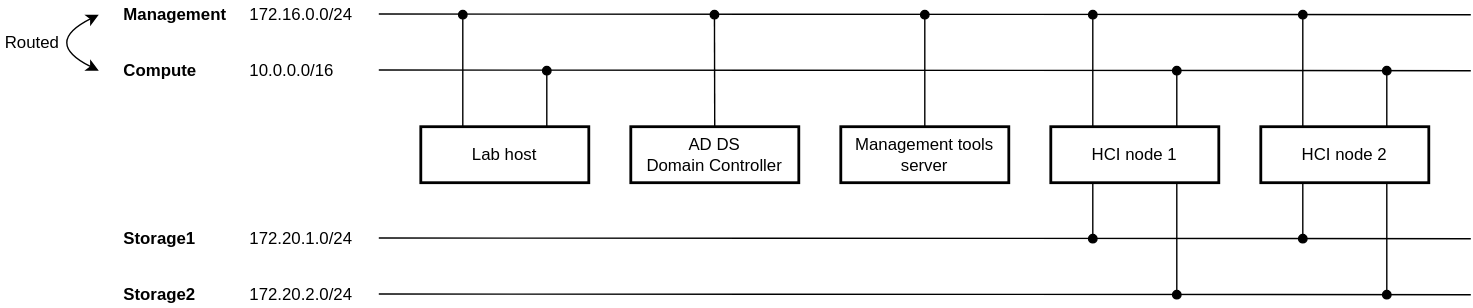
tksh164/hci-lab keeps this draw.io diagram as docs/media/hci-lab-networking-logical-simplified.svg. Above is the earlier version. Source tidied: cells renumbered, new cells last; positions are measured from the earlier drawing's top-left corner, leaving out a move shared by most shapes.
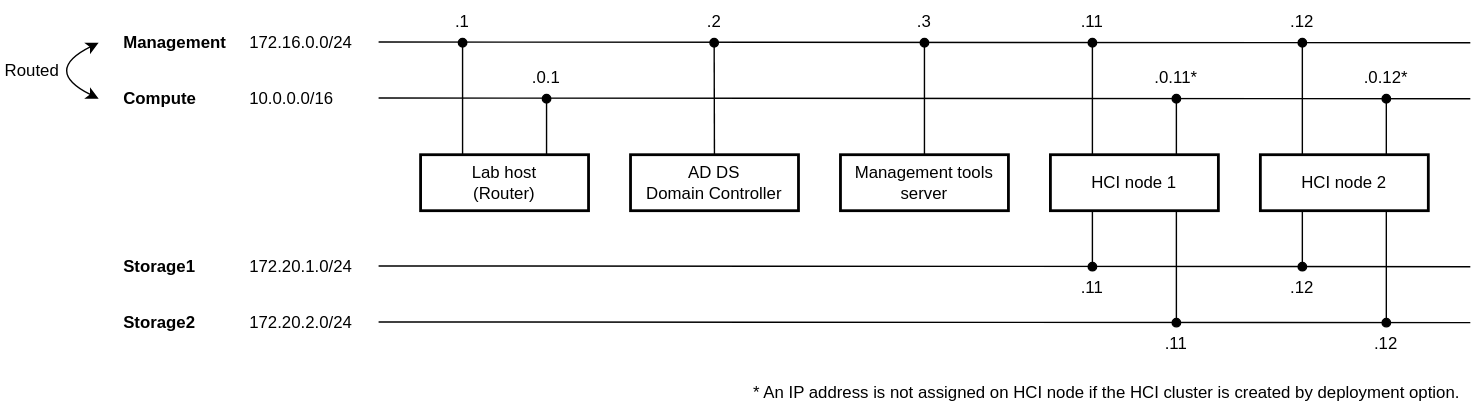
After the commit.

The edit, as a diff of the source:
```diff
@@ -26,7 +26,7 @@
     <mxCell id="7" value="10.0.0.0/16" style="rounded=0;whiteSpace=wrap;html=1;fillColor=none;spacingLeft=6;spacingRight=6;rotation=0;align=left;strokeColor=none;" parent="1" vertex="1">
       <mxGeometry x="170" y="40" width="100" height="20" as="geometry" />
     </mxCell>
-    <mxCell id="8" value="&lt;span&gt;Lab host&lt;/span&gt;" style="rounded=0;whiteSpace=wrap;html=1;fontStyle=0;strokeWidth=2;" parent="1" vertex="1">
+    <mxCell id="8" value="&lt;span&gt;Lab host&lt;br&gt;(Router)&lt;br&gt;&lt;/span&gt;" style="rounded=0;whiteSpace=wrap;html=1;fontStyle=0;strokeWidth=2;" parent="1" vertex="1">
       <mxGeometry x="300" y="90" width="120" height="40" as="geometry" />
     </mxCell>
     <mxCell id="9" value="&lt;span&gt;AD DS&lt;br&gt;Domain Controller&lt;br&gt;&lt;/span&gt;" style="rounded=0;whiteSpace=wrap;html=1;fontStyle=0;strokeWidth=2;" parent="1" vertex="1">
@@ -137,5 +137,44 @@
     <mxCell id="32" value="Routed" style="rounded=0;whiteSpace=wrap;html=1;fillColor=none;spacingLeft=6;spacingRight=6;rotation=0;align=right;strokeColor=none;" parent="1" vertex="1">
       <mxGeometry y="20" width="50" height="20" as="geometry" />
     </mxCell>
+    <mxCell id="33" value=".2" style="rounded=0;whiteSpace=wrap;html=1;fillColor=none;spacingLeft=6;spacingRight=6;rotation=0;align=center;strokeColor=none;" parent="1" vertex="1">
+      <mxGeometry x="500" y="-20" width="20" height="30" as="geometry" />
+    </mxCell>
+    <mxCell id="34" value=".3" style="rounded=0;whiteSpace=wrap;html=1;fillColor=none;spacingLeft=6;spacingRight=6;rotation=0;align=center;strokeColor=none;" parent="1" vertex="1">
+      <mxGeometry x="650" y="-20" width="20" height="30" as="geometry" />
+    </mxCell>
+    <mxCell id="35" value=".1" style="rounded=0;whiteSpace=wrap;html=1;fillColor=none;spacingLeft=6;spacingRight=6;rotation=0;align=center;strokeColor=none;" parent="1" vertex="1">
+      <mxGeometry x="320" y="-20" width="20" height="30" as="geometry" />
+    </mxCell>
+    <mxCell id="36" value=".11" style="rounded=0;whiteSpace=wrap;html=1;fillColor=none;spacingLeft=6;spacingRight=6;rotation=0;align=center;strokeColor=none;" parent="1" vertex="1">
+      <mxGeometry x="770" y="-20" width="20" height="30" as="geometry" />
+    </mxCell>
+    <mxCell id="37" value=".12" style="rounded=0;whiteSpace=wrap;html=1;fillColor=none;spacingLeft=6;spacingRight=6;rotation=0;align=center;strokeColor=none;" parent="1" vertex="1">
+      <mxGeometry x="920" y="-20" width="20" height="30" as="geometry" />
+    </mxCell>
+    <mxCell id="38" value=".0.1" style="rounded=0;whiteSpace=wrap;html=1;fillColor=none;spacingLeft=6;spacingRight=6;rotation=0;align=center;strokeColor=none;" parent="1" vertex="1">
+      <mxGeometry x="370" y="20" width="40" height="30" as="geometry" />
+    </mxCell>
+    <mxCell id="39" value=".11" style="rounded=0;whiteSpace=wrap;html=1;fillColor=none;spacingLeft=6;spacingRight=6;rotation=0;align=center;strokeColor=none;" parent="1" vertex="1">
+      <mxGeometry x="770" y="170" width="20" height="30" as="geometry" />
+    </mxCell>
+    <mxCell id="40" value=".11" style="rounded=0;whiteSpace=wrap;html=1;fillColor=none;spacingLeft=6;spacingRight=6;rotation=0;align=center;strokeColor=none;" parent="1" vertex="1">
+      <mxGeometry x="830" y="210" width="20" height="30" as="geometry" />
+    </mxCell>
+    <mxCell id="41" value=".12" style="rounded=0;whiteSpace=wrap;html=1;fillColor=none;spacingLeft=6;spacingRight=6;rotation=0;align=center;strokeColor=none;" parent="1" vertex="1">
+      <mxGeometry x="920" y="170" width="20" height="30" as="geometry" />
+    </mxCell>
+    <mxCell id="42" value=".12" style="rounded=0;whiteSpace=wrap;html=1;fillColor=none;spacingLeft=6;spacingRight=6;rotation=0;align=center;strokeColor=none;" parent="1" vertex="1">
+      <mxGeometry x="980" y="210" width="20" height="30" as="geometry" />
+    </mxCell>
+    <mxCell id="43" value=".0.11*" style="rounded=0;whiteSpace=wrap;html=1;fillColor=none;spacingLeft=6;spacingRight=6;rotation=0;align=center;strokeColor=none;" parent="1" vertex="1">
+      <mxGeometry x="820" y="20" width="40" height="30" as="geometry" />
+    </mxCell>
+    <mxCell id="44" value=".0.12*" style="rounded=0;whiteSpace=wrap;html=1;fillColor=none;spacingLeft=6;spacingRight=6;rotation=0;align=center;strokeColor=none;" parent="1" vertex="1">
+      <mxGeometry x="970" y="20" width="40" height="30" as="geometry" />
+    </mxCell>
+    <mxCell id="45" value="* An IP address is not assigned on HCI node if the HCI cluster is created by deployment option." style="rounded=0;whiteSpace=wrap;html=1;fillColor=none;spacingLeft=6;spacingRight=6;rotation=0;align=left;strokeColor=none;" parent="1" vertex="1">
+      <mxGeometry x="530" y="250" width="520" height="20" as="geometry" />
+    </mxCell>
   </root>
 </mxGraphModel>
```
